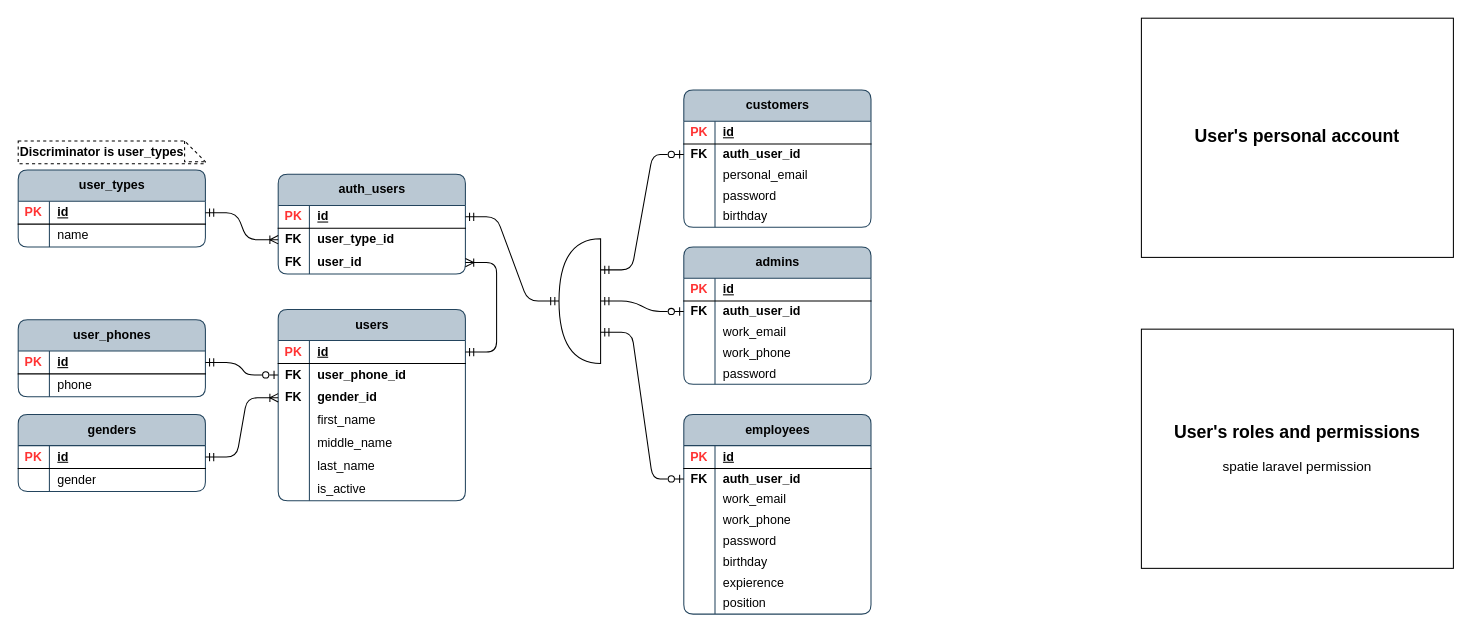
Earlier version of the draw.io diagram page "users" (4 of 14) of publisher/laravel-app/psql_jewellery_items.drawio (Local-development-environment/msg-brokers-publisher-consumer). Source tidied: cells renumbered, new cells numbered last; positions are measured from the earlier drawing's top-left corner, leaving out a move shared by most shapes. Both pictures are drawn from the tidied source at 104%, with x=0, y=0 at pixel (18, 18).
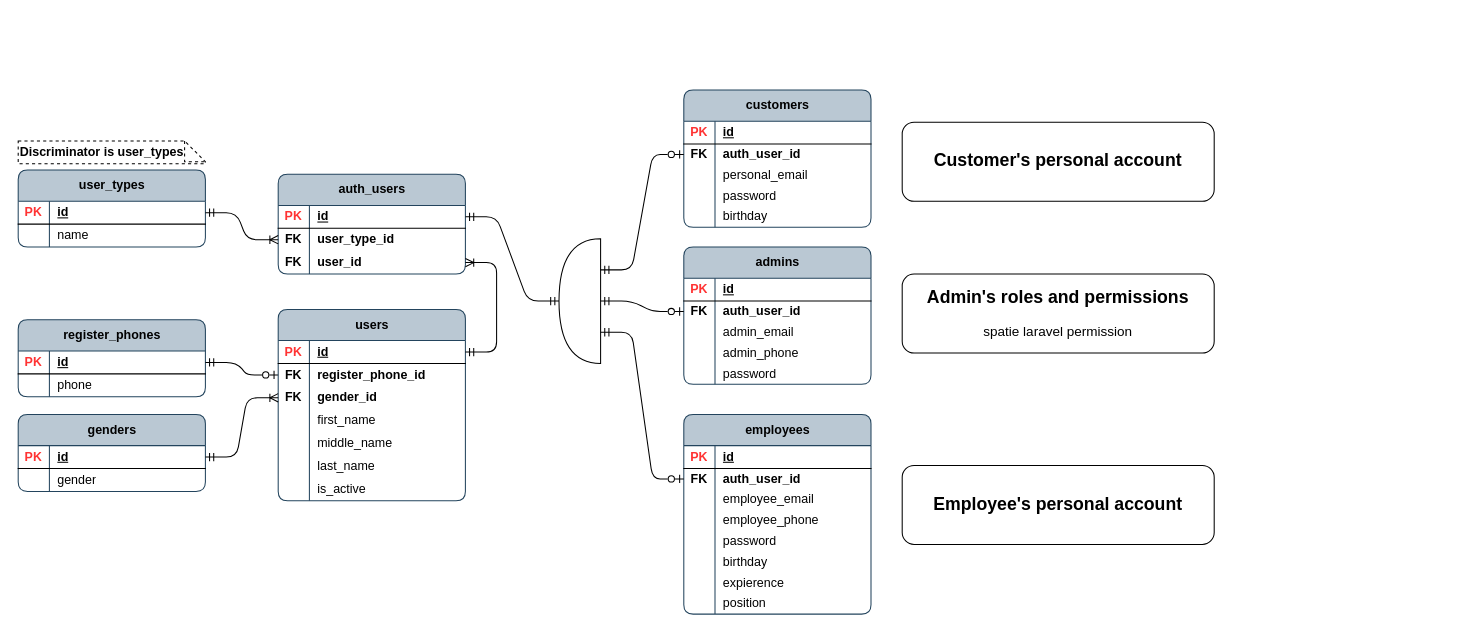
Above is the later version.

The change refers to these unchanged cells:
```xml
<mxCell id="46" style="shape=tableRow;horizontal=0;startSize=0;swimlaneHead=0;swimlaneBody=0;fillColor=none;top=0;left=0;right=0;bottom=0;rounded=0;" parent="39" vertex="1">
  <mxGeometry y="72" width="180" height="20" as="geometry" />
</mxCell>
<mxCell id="49" style="shape=tableRow;horizontal=0;startSize=0;swimlaneHead=0;swimlaneBody=0;fillColor=none;top=0;left=0;right=0;bottom=0;rounded=0;" parent="39" vertex="1">
  <mxGeometry y="92" width="180" height="20" as="geometry" />
</mxCell>
<mxCell id="74" style="shape=tableRow;horizontal=0;startSize=0;swimlaneHead=0;swimlaneBody=0;fillColor=none;top=0;left=0;right=0;bottom=0;rounded=0;" parent="67" vertex="1">
  <mxGeometry y="72" width="180" height="20" as="geometry" />
</mxCell>
<mxCell id="77" style="shape=tableRow;horizontal=0;startSize=0;swimlaneHead=0;swimlaneBody=0;fillColor=none;top=0;left=0;right=0;bottom=0;rounded=0;" parent="67" vertex="1">
  <mxGeometry y="92" width="180" height="20" as="geometry" />
</mxCell>
<mxCell id="88" style="shape=tableRow;horizontal=0;startSize=0;swimlaneHead=0;swimlaneBody=0;fillColor=none;points=[[0,0.5],[1,0.5]];portConstraint=eastwest;top=0;left=0;right=0;bottom=0;rounded=1;labelBackgroundColor=none;fontStyle=1;" parent="84" vertex="1">
  <mxGeometry y="52" width="180" height="22" as="geometry" />
</mxCell>
```

The edit, as a diff of the source:
```diff
@@
-    <mxCell id="2" value="user_phones" style="shape=table;startSize=30;childLayout=tableLayout;rowLines=0;fontStyle=1;align=center;html=1;rounded=1;labelBackgroundColor=none;swimlaneFillColor=none;fillColor=#bac8d3;strokeColor=#23445d;arcSize=10;" parent="1" vertex="1">
+    <mxCell id="2" value="register_phones" style="shape=table;startSize=30;childLayout=tableLayout;rowLines=0;fontStyle=1;align=center;html=1;rounded=1;labelBackgroundColor=none;swimlaneFillColor=none;fillColor=#bac8d3;strokeColor=#23445d;arcSize=10;" parent="1" vertex="1">
       <mxGeometry y="290" width="180" height="74" as="geometry" />
     </mxCell>
@@
-    <mxCell id="48" value="work_email" style="shape=partialRectangle;fillColor=none;top=0;left=0;bottom=0;right=0;align=left;spacingLeft=6;overflow=hidden;whiteSpace=wrap;html=1;" parent="46" vertex="1">
+    <mxCell id="48" value="employee_email" style="shape=partialRectangle;fillColor=none;top=0;left=0;bottom=0;right=0;align=left;spacingLeft=6;overflow=hidden;whiteSpace=wrap;html=1;" parent="46" vertex="1">
       <mxGeometry x="30" width="150" height="20" as="geometry" />
     </mxCell>
@@
-    <mxCell id="51" value="work_phone" style="shape=partialRectangle;fillColor=none;top=0;left=0;bottom=0;right=0;align=left;spacingLeft=6;overflow=hidden;whiteSpace=wrap;html=1;" parent="49" vertex="1">
+    <mxCell id="51" value="employee_phone" style="shape=partialRectangle;fillColor=none;top=0;left=0;bottom=0;right=0;align=left;spacingLeft=6;overflow=hidden;whiteSpace=wrap;html=1;" parent="49" vertex="1">
       <mxGeometry x="30" width="150" height="20" as="geometry" />
     </mxCell>
@@
-    <mxCell id="65" value="&lt;b&gt;&lt;font style=&quot;font-size: 17px;&quot;&gt;User's personal account&lt;/font&gt;&lt;/b&gt;" style="whiteSpace=wrap;html=1;align=center;" parent="1" vertex="1">
-      <mxGeometry x="1080" width="300" height="230" as="geometry" />
-    </mxCell>
-    <mxCell id="66" value="&lt;font style=&quot;&quot;&gt;&lt;span style=&quot;font-size: 17px;&quot;&gt;&lt;b&gt;User's roles and permissions&lt;/b&gt;&lt;/span&gt;&lt;br&gt;&lt;br&gt;&lt;font style=&quot;font-size: 13px;&quot;&gt;spatie laravel permission&lt;/font&gt;&lt;/font&gt;" style="whiteSpace=wrap;html=1;align=center;" parent="1" vertex="1">
-      <mxGeometry x="1080" y="299" width="300" height="230" as="geometry" />
-    </mxCell>
@@
-    <mxCell id="76" value="work_email" style="shape=partialRectangle;fillColor=none;top=0;left=0;bottom=0;right=0;align=left;spacingLeft=6;overflow=hidden;whiteSpace=wrap;html=1;" parent="74" vertex="1">
+    <mxCell id="76" value="admin_email" style="shape=partialRectangle;fillColor=none;top=0;left=0;bottom=0;right=0;align=left;spacingLeft=6;overflow=hidden;whiteSpace=wrap;html=1;" parent="74" vertex="1">
       <mxGeometry x="30" width="150" height="20" as="geometry" />
     </mxCell>
@@
-    <mxCell id="79" value="work_phone" style="shape=partialRectangle;fillColor=none;top=0;left=0;bottom=0;right=0;align=left;spacingLeft=6;overflow=hidden;whiteSpace=wrap;html=1;" parent="77" vertex="1">
+    <mxCell id="79" value="admin_phone" style="shape=partialRectangle;fillColor=none;top=0;left=0;bottom=0;right=0;align=left;spacingLeft=6;overflow=hidden;whiteSpace=wrap;html=1;" parent="77" vertex="1">
       <mxGeometry x="30" width="150" height="20" as="geometry" />
     </mxCell>
@@
-    <mxCell id="90" value="&lt;b&gt;user_phone_id&lt;/b&gt;" style="shape=partialRectangle;fillColor=none;top=0;left=0;bottom=0;right=0;align=left;spacingLeft=6;overflow=hidden;whiteSpace=wrap;html=1;rounded=1;labelBackgroundColor=none;" parent="88" vertex="1">
+    <mxCell id="90" value="&lt;b&gt;register_phone_id&lt;/b&gt;" style="shape=partialRectangle;fillColor=none;top=0;left=0;bottom=0;right=0;align=left;spacingLeft=6;overflow=hidden;whiteSpace=wrap;html=1;rounded=1;labelBackgroundColor=none;" parent="88" vertex="1">
       <mxGeometry x="30" width="150" height="22" as="geometry" />
     </mxCell>
@@
+    <mxCell id="124" value="&lt;span style=&quot;font-size: 17px;&quot;&gt;&lt;b&gt;Admin's roles and permissions&lt;/b&gt;&lt;/span&gt;&lt;br&gt;&lt;br&gt;&lt;font style=&quot;font-size: 13px;&quot;&gt;spatie laravel permission&lt;/font&gt;" style="rounded=1;whiteSpace=wrap;html=1;fillOpacity=0;" parent="1" vertex="1">
+      <mxGeometry x="850" y="246" width="300" height="76" as="geometry" />
+    </mxCell>
+    <mxCell id="125" value="&lt;b&gt;&lt;font style=&quot;font-size: 17px;&quot;&gt;Customer's personal account&lt;/font&gt;&lt;/b&gt;" style="rounded=1;whiteSpace=wrap;html=1;fillOpacity=0;" parent="1" vertex="1">
+      <mxGeometry x="850" y="100" width="300" height="76" as="geometry" />
+    </mxCell>
+    <mxCell id="126" value="&lt;span style=&quot;font-size: 17px;&quot;&gt;&lt;b&gt;Employee's personal account&lt;/b&gt;&lt;/span&gt;" style="rounded=1;whiteSpace=wrap;html=1;fillOpacity=0;" parent="1" vertex="1">
+      <mxGeometry x="850" y="430" width="300" height="76" as="geometry" />
+    </mxCell>
```
